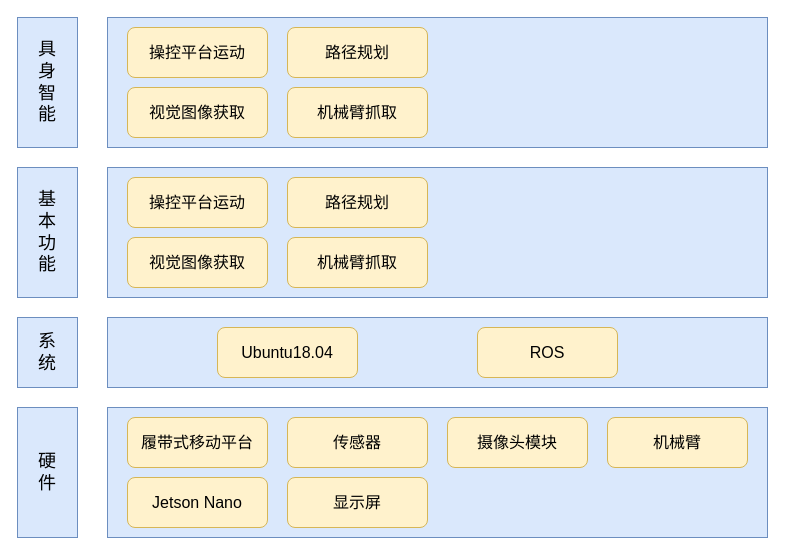
Above: work.drawio in xuhaoShaw/QRobot (draw.io), before the change. Source tidied: cells renumbered, new cells numbered last; positions are measured from the earlier drawing's top-left corner, leaving out a move shared by most shapes. Both pictures are drawn from the tidied source at 100%, with x=0, y=0 at pixel (17, 17).
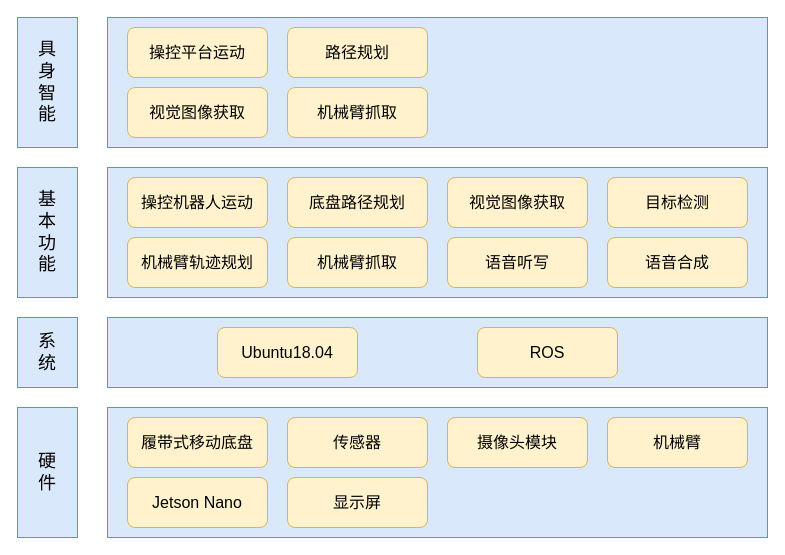
The same page after the edit.

Change to the diagram source:
```diff
@@
-    <mxCell id="3" value="&lt;font style=&quot;font-size: 16px;&quot;&gt;履带式移动平台&lt;/font&gt;" style="rounded=1;whiteSpace=wrap;html=1;fillColor=#fff2cc;strokeColor=#d6b656;" parent="1" vertex="1">
+    <mxCell id="3" value="&lt;font style=&quot;font-size: 16px;&quot;&gt;履带式移动底盘&lt;/font&gt;" style="rounded=1;whiteSpace=wrap;html=1;fillColor=#fff2cc;strokeColor=#d6b656;" parent="1" vertex="1">
       <mxGeometry x="110" y="400" width="140" height="50" as="geometry" />
     </mxCell>
@@
-    <mxCell id="16" value="&lt;font style=&quot;font-size: 16px;&quot;&gt;机械臂抓取&lt;/font&gt;" style="rounded=1;whiteSpace=wrap;html=1;fillColor=#fff2cc;strokeColor=#d6b656;" parent="1" vertex="1">
-      <mxGeometry x="270" y="220" width="140" height="50" as="geometry" />
+    <mxCell id="16" value="&lt;font style=&quot;font-size: 16px;&quot;&gt;机械臂轨迹规划&lt;/font&gt;" style="rounded=1;whiteSpace=wrap;html=1;fillColor=#fff2cc;strokeColor=#d6b656;" parent="1" vertex="1">
+      <mxGeometry x="110" y="220" width="140" height="50" as="geometry" />
     </mxCell>
-    <mxCell id="17" value="&lt;span style=&quot;font-size: 16px;&quot;&gt;操控平台运动&lt;/span&gt;" style="rounded=1;whiteSpace=wrap;html=1;fillColor=#fff2cc;strokeColor=#d6b656;" parent="1" vertex="1">
+    <mxCell id="17" value="&lt;span style=&quot;font-size: 16px;&quot;&gt;操控机器人运动&lt;/span&gt;" style="rounded=1;whiteSpace=wrap;html=1;fillColor=#fff2cc;strokeColor=#d6b656;" parent="1" vertex="1">
       <mxGeometry x="110" y="160" width="140" height="50" as="geometry" />
     </mxCell>
     <mxCell id="18" value="&lt;font style=&quot;font-size: 16px;&quot;&gt;视觉图像获取&lt;/font&gt;" style="rounded=1;whiteSpace=wrap;html=1;fillColor=#fff2cc;strokeColor=#d6b656;" parent="1" vertex="1">
-      <mxGeometry x="110" y="220" width="140" height="50" as="geometry" />
+      <mxGeometry x="430" y="160" width="140" height="50" as="geometry" />
     </mxCell>
-    <mxCell id="19" value="&lt;font style=&quot;font-size: 16px;&quot;&gt;路径规划&lt;/font&gt;" style="rounded=1;whiteSpace=wrap;html=1;fillColor=#fff2cc;strokeColor=#d6b656;" parent="1" vertex="1">
+    <mxCell id="19" value="&lt;font style=&quot;font-size: 16px;&quot;&gt;底盘路径规划&lt;/font&gt;" style="rounded=1;whiteSpace=wrap;html=1;fillColor=#fff2cc;strokeColor=#d6b656;" parent="1" vertex="1">
       <mxGeometry x="270" y="160" width="140" height="50" as="geometry" />
     </mxCell>
@@
+    <mxCell id="26" value="&lt;font style=&quot;font-size: 16px;&quot;&gt;目标检测&lt;/font&gt;" style="rounded=1;whiteSpace=wrap;html=1;fillColor=#fff2cc;strokeColor=#d6b656;" parent="1" vertex="1">
+      <mxGeometry x="590" y="160" width="140" height="50" as="geometry" />
+    </mxCell>
+    <mxCell id="27" value="&lt;font style=&quot;font-size: 16px;&quot;&gt;机械臂抓取&lt;/font&gt;" style="rounded=1;whiteSpace=wrap;html=1;fillColor=#fff2cc;strokeColor=#d6b656;" parent="1" vertex="1">
+      <mxGeometry x="270" y="220" width="140" height="50" as="geometry" />
+    </mxCell>
+    <mxCell id="28" value="&lt;font style=&quot;font-size: 16px;&quot;&gt;语音听写&lt;/font&gt;" style="rounded=1;whiteSpace=wrap;html=1;fillColor=#fff2cc;strokeColor=#d6b656;" parent="1" vertex="1">
+      <mxGeometry x="430" y="220" width="140" height="50" as="geometry" />
+    </mxCell>
+    <mxCell id="29" value="&lt;font style=&quot;font-size: 16px;&quot;&gt;语音合成&lt;/font&gt;" style="rounded=1;whiteSpace=wrap;html=1;fillColor=#fff2cc;strokeColor=#d6b656;" parent="1" vertex="1">
+      <mxGeometry x="590" y="220" width="140" height="50" as="geometry" />
+    </mxCell>
```
